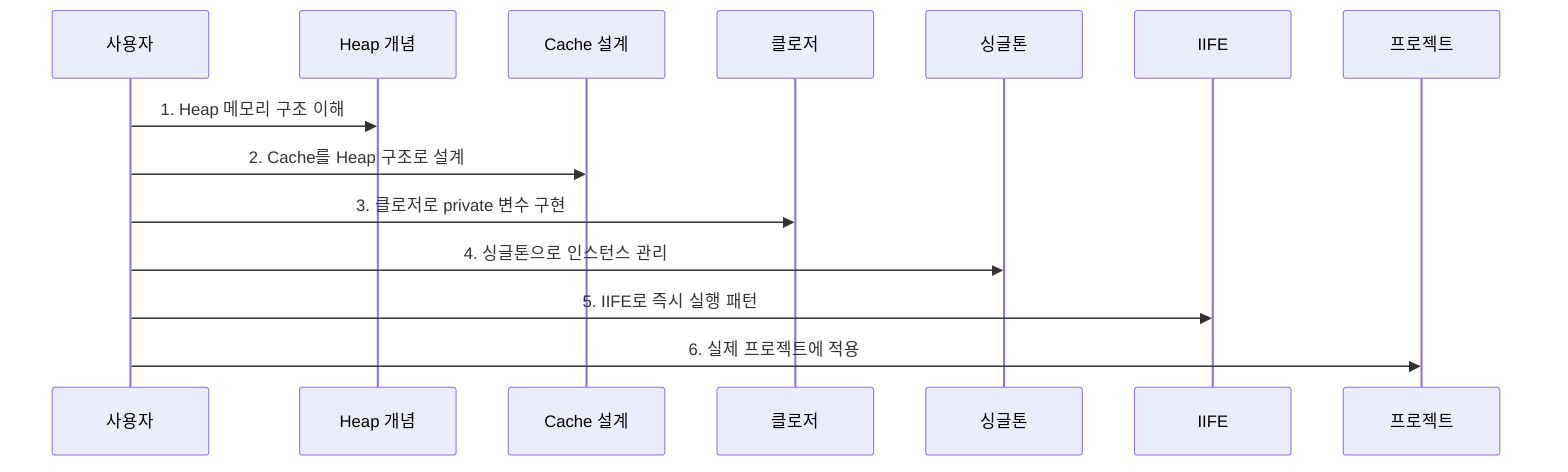
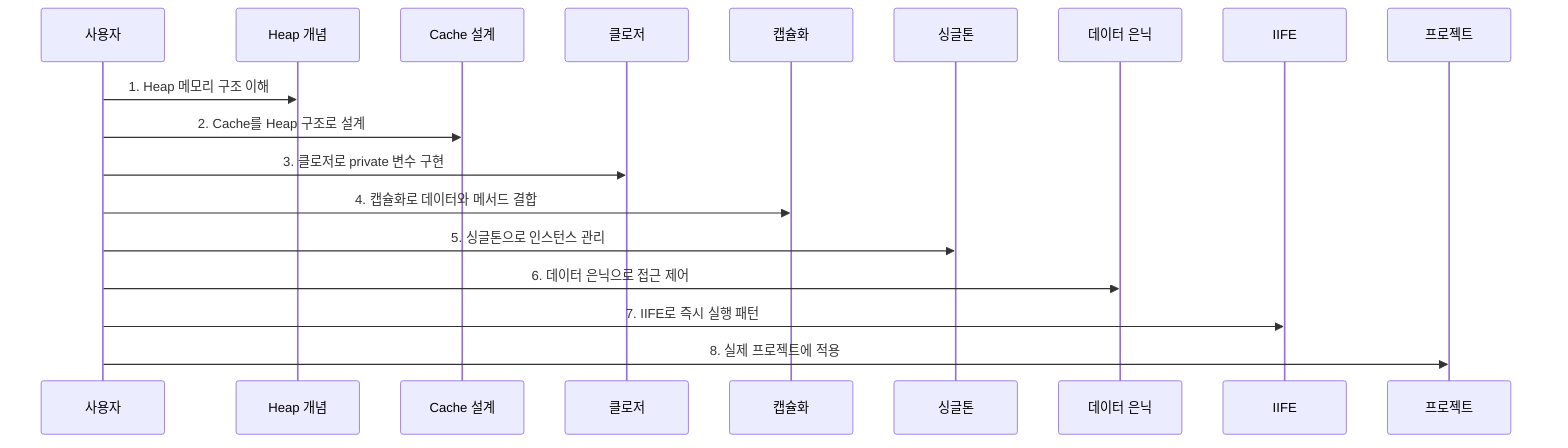
sequenceDiagram
    participant U as 사용자
    participant H as Heap 개념
    participant C as Cache 설계
    participant CL as 클로저
+     participant E as 캡슐화
    participant S as 싱글톤
+     participant D as 데이터 은닉
    participant I as IIFE
    participant P as 프로젝트

    U->>H: 1. Heap 메모리 구조 이해
    U->>C: 2. Cache를 Heap 구조로 설계
    U->>CL: 3. 클로저로 private 변수 구현
-     U->>S: 4. 싱글톤으로 인스턴스 관리
-     U->>I: 5. IIFE로 즉시 실행 패턴
-     U->>P: 6. 실제 프로젝트에 적용+     U->>E: 4. 캡슐화로 데이터와 메서드 결합
+     U->>S: 5. 싱글톤으로 인스턴스 관리
+     U->>D: 6. 데이터 은닉으로 접근 제어
+     U->>I: 7. IIFE로 즉시 실행 패턴
+     U->>P: 8. 실제 프로젝트에 적용